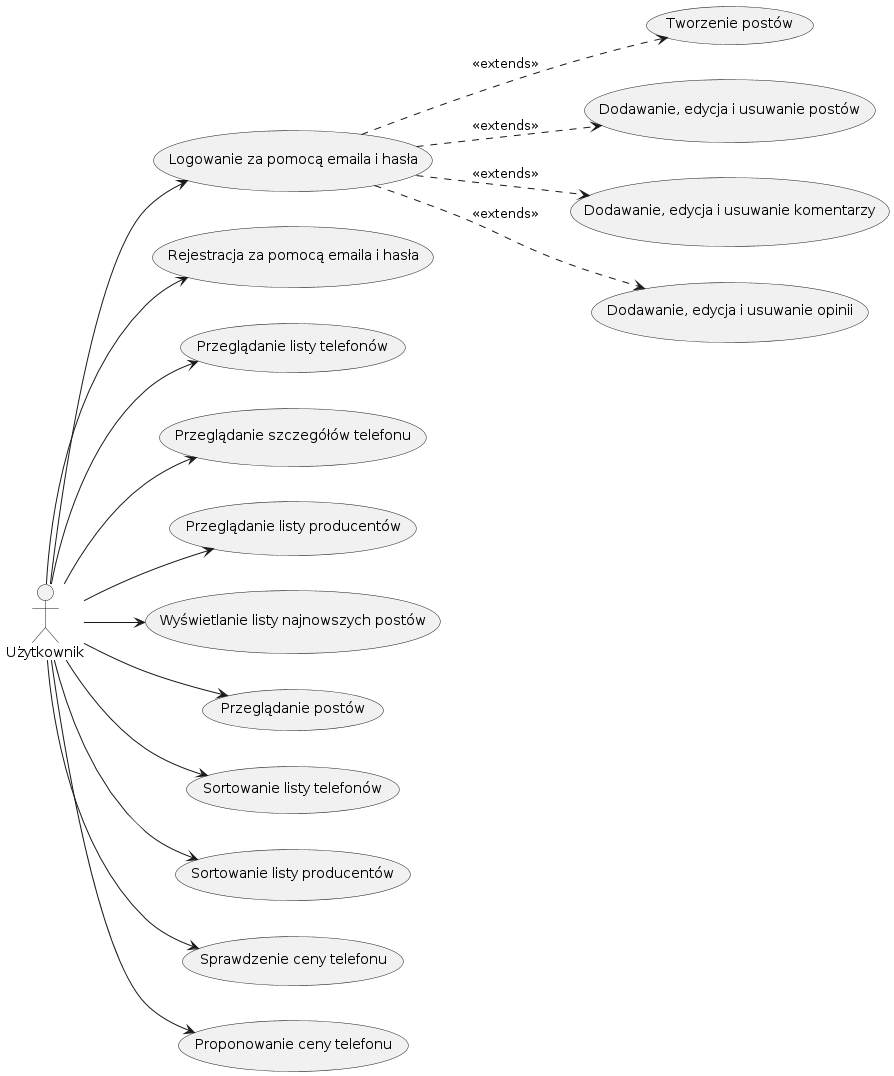
Earlier version of the PlantUML export img/diagrams/useCaseDiagram.png (amelinium23/bachelor-thesis).
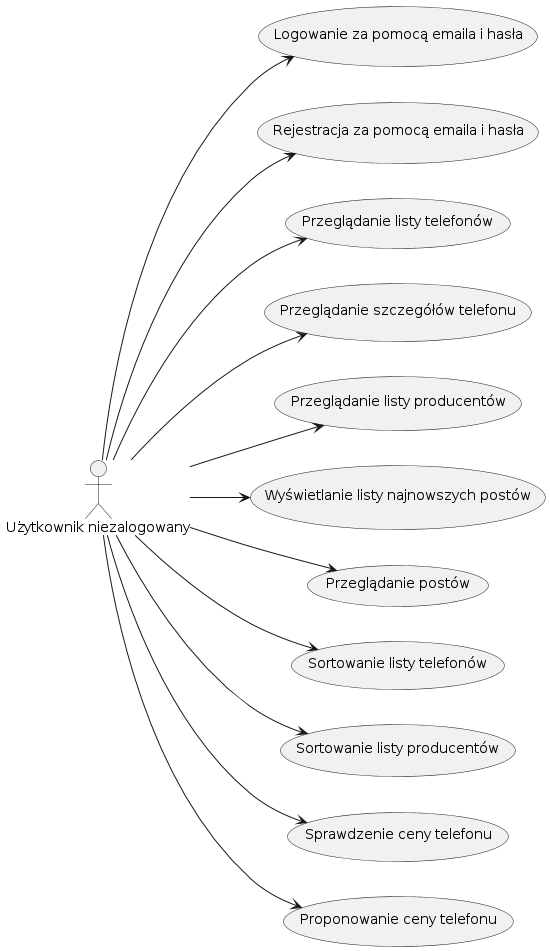
Above is the later version.

Change to the diagram source:
```diff
@@ -2,7 +2,7 @@
 
 left to right direction
 
-actor "Użytkownik" as User
+actor "Użytkownik niezalogowany" as User
 
 usecase "Logowanie za pomocą emaila i hasła" as UC1
 usecase "Rejestracja za pomocą emaila i hasła" as UC2
@@ -10,15 +10,11 @@
 usecase "Przeglądanie szczegółów telefonu" as UC4
 usecase "Przeglądanie listy producentów" as UC5
 usecase "Wyświetlanie listy najnowszych postów" as UC6
-usecase "Tworzenie postów" as UC7
 usecase "Przeglądanie postów" as UC8
-usecase "Dodawanie, edycja i usuwanie postów" as UC9
-usecase "Dodawanie, edycja i usuwanie komentarzy" as UC10
 usecase "Sortowanie listy telefonów" as UC11
 usecase "Sortowanie listy producentów" as UC12
 usecase "Sprawdzenie ceny telefonu" as UC13
 usecase "Proponowanie ceny telefonu" as UC14
-usecase "Dodawanie, edycja i usuwanie opinii" as UC15
 
 User --> UC1
 User --> UC2
@@ -32,9 +28,4 @@
 User --> UC13
 User --> UC14
 
-UC1 ..> UC7 : <<extends>>
-UC1 ..> UC9 : <<extends>>
-UC1 ..> UC10 : <<extends>>
-UC1 ..> UC15 : <<extends>>
-
 @enduml
```
